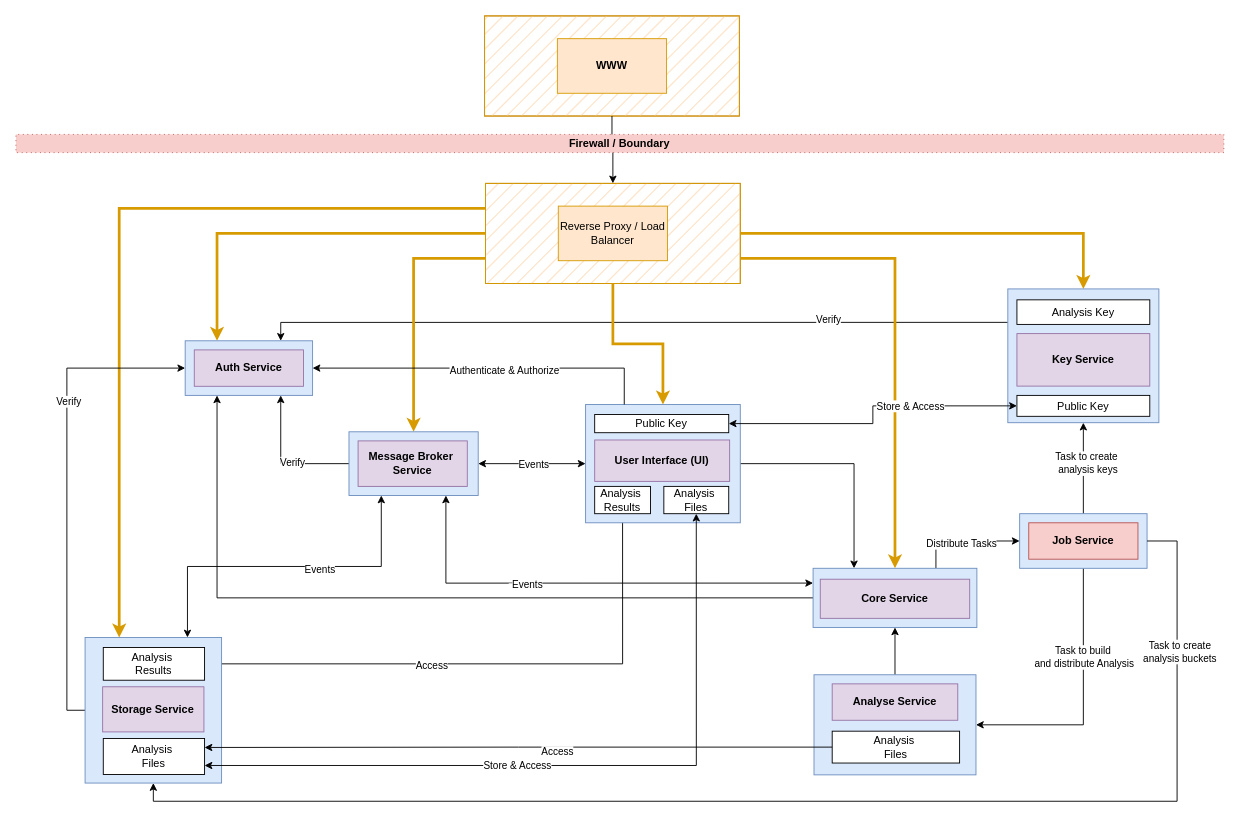
The draw.io diagram architecture/services.drawio in PrivateAIM/diagrams, before the edit. Source tidied: cells renumbered, new cells numbered last; positions are measured from the earlier drawing's top-left corner, leaving out a move shared by most shapes. Both pictures are drawn from the tidied source at 91%, with x=0, y=0 at pixel (85, -460).
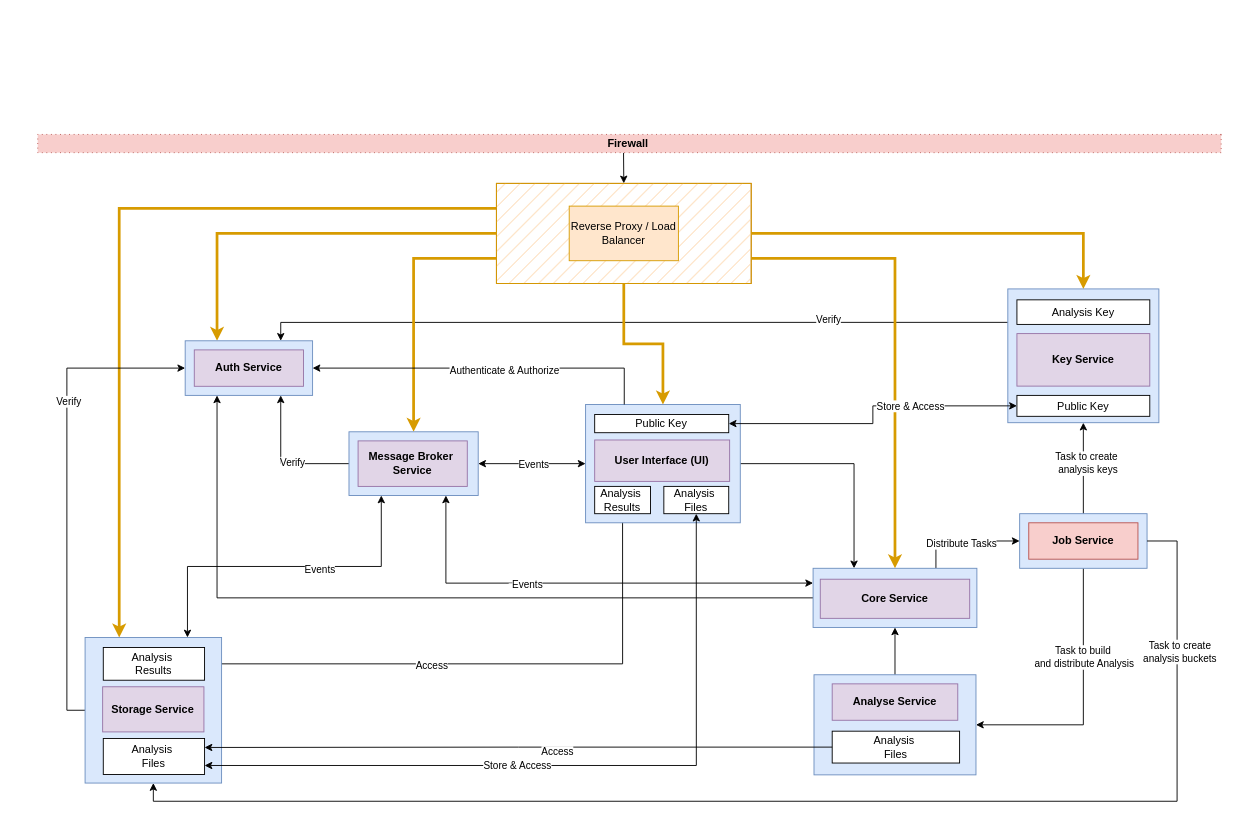
After the change.

Commit message:
feat: updated hub architecture

The change refers to these unchanged cells:
```xml
<mxCell id="23" style="rounded=0;whiteSpace=wrap;html=1;fillColor=#ffe6cc;fillStyle=hatch;strokeColor=#d79b00;" parent="22" vertex="1">
  <mxGeometry width="280" height="110" as="geometry" />
</mxCell>
```

Change to the diagram source:
```diff
@@
     <mxCell id="22" style="group;fillColor=#fad7ac;strokeColor=#b46504;fillStyle=hatch;" parent="1" vertex="1">
-      <mxGeometry x="440" y="707" width="280" height="110" as="geometry" />
+      <mxGeometry x="452" y="707" width="280" height="110" as="geometry" />
     </mxCell>
@@
-    <mxCell id="25" style="group;fillColor=#fad7ac;fillStyle=hatch;strokeColor=#b46504;" parent="1" vertex="1">
-      <mxGeometry x="439" y="523" width="280" height="110" as="geometry" />
-    </mxCell>
-    <mxCell id="26" style="rounded=0;whiteSpace=wrap;html=1;fillStyle=hatch;fillColor=#ffe6cc;strokeColor=#d79b00;" parent="25" vertex="1">
-      <mxGeometry width="280" height="110" as="geometry" />
-    </mxCell>
-    <mxCell id="27" value="&lt;b&gt;WWW&lt;/b&gt;" style="rounded=0;whiteSpace=wrap;html=1;fillColor=#ffe6cc;strokeColor=#d79b00;" parent="25" vertex="1">
-      <mxGeometry x="80" y="25" width="120" height="60" as="geometry" />
-    </mxCell>
-    <mxCell id="28" style="edgeStyle=orthogonalEdgeStyle;rounded=0;jettySize=auto;html=1;entryX=0.5;entryY=0;entryDx=0;entryDy=0;" parent="1" edge="1" source="26" target="23">
+    <mxCell id="28" style="edgeStyle=orthogonalEdgeStyle;rounded=0;jettySize=auto;html=1;entryX=0.5;entryY=0;entryDx=0;entryDy=0;exitX=1.009;exitY=0.505;exitDx=0;exitDy=0;exitPerimeter=0;" parent="1" edge="1" source="29" target="23">
       <mxGeometry relative="1" as="geometry" />
     </mxCell>
-    <mxCell id="29" value="Firewall / Boundary" style="rounded=0;whiteSpace=wrap;html=1;fillColor=#f8cecc;strokeColor=#b85450;dashed=1;dashPattern=1 4;fontStyle=1;horizontal=0;rotation=90;" parent="1" vertex="1">
-      <mxGeometry x="577.7" y="-0.5" width="20" height="1327.4" as="geometry" />
+    <mxCell id="29" value="Firewall&amp;nbsp;" style="rounded=0;whiteSpace=wrap;html=1;fillColor=#f8cecc;strokeColor=#b85450;dashed=1;dashPattern=1 4;fontStyle=1;horizontal=0;rotation=90;" parent="1" vertex="1">
+      <mxGeometry x="588.2" y="13" width="20" height="1300.5" as="geometry" />
     </mxCell>
```
